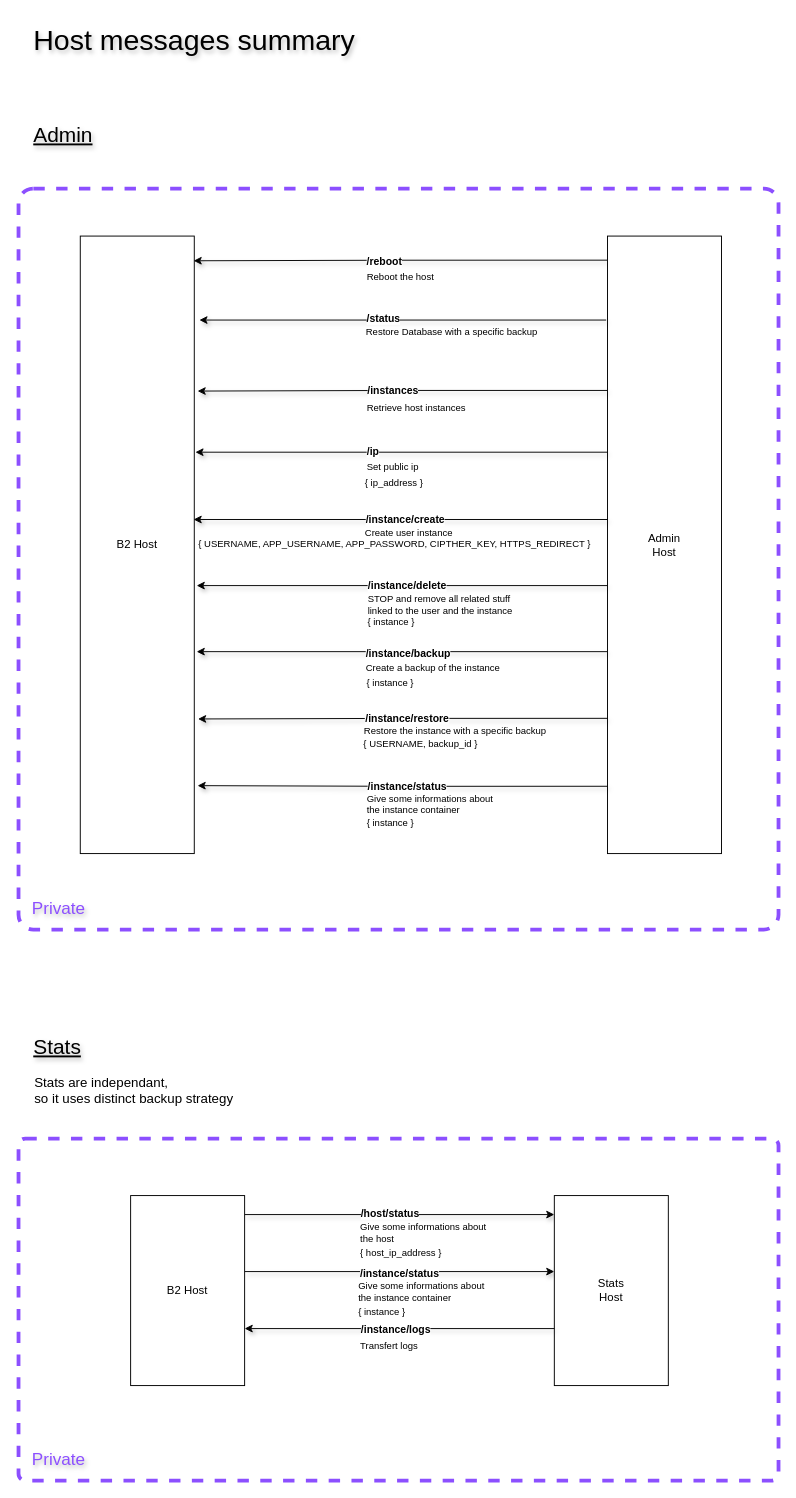
This is doc/Host messages summary.drawio from yesbabylon/b2, a draw.io file, before an edit. Source tidied: cells renumbered, new cells numbered last; positions are measured from the earlier drawing's top-left corner, leaving out a move shared by most shapes. Both pictures are drawn from the tidied source at 95%, with x=0, y=0 at pixel (18, 16).
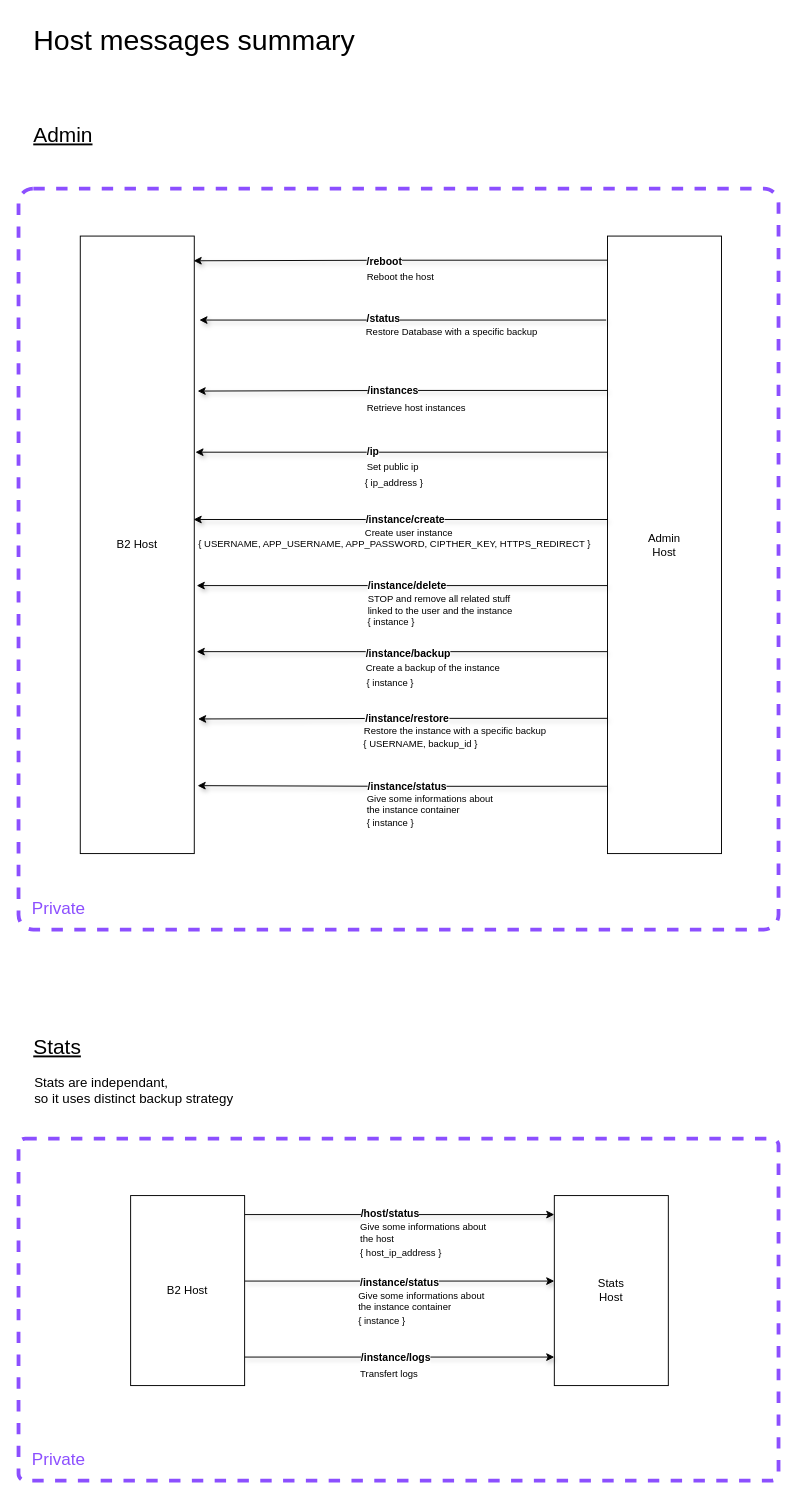
The same page after the edit.

The edit, as a diff of the source:
```diff
@@
-    <mxCell id="5" value="&lt;font size=&quot;1&quot; style=&quot;&quot;&gt;&lt;span style=&quot;font-size: 30px;&quot;&gt;Host messages summary&lt;/span&gt;&lt;/font&gt;" style="text;html=1;align=left;verticalAlign=middle;strokeColor=none;fillColor=none;textShadow=1;" parent="1" vertex="1">
+    <mxCell id="5" value="&lt;font size=&quot;1&quot; style=&quot;&quot;&gt;&lt;span style=&quot;font-size: 30px;&quot;&gt;Host messages summary&lt;/span&gt;&lt;/font&gt;" style="text;html=1;align=left;verticalAlign=middle;strokeColor=none;fillColor=none;textShadow=0;" parent="1" vertex="1">
       <mxGeometry x="14" width="360" height="50" as="geometry" />
     </mxCell>
-    <mxCell id="6" value="&lt;font style=&quot;font-size: 22px;&quot;&gt;&lt;u&gt;Stats&lt;/u&gt;&lt;/font&gt;" style="text;html=1;align=left;verticalAlign=middle;strokeColor=none;fillColor=none;textShadow=1;" parent="1" vertex="1">
+    <mxCell id="6" value="&lt;font style=&quot;font-size: 22px;&quot;&gt;&lt;u&gt;Stats&lt;/u&gt;&lt;/font&gt;" style="text;html=1;align=left;verticalAlign=middle;strokeColor=none;fillColor=none;textShadow=0;" parent="1" vertex="1">
       <mxGeometry x="14" y="1065" width="70" height="40" as="geometry" />
     </mxCell>
@@
     <mxCell id="17" style="edgeStyle=orthogonalEdgeStyle;rounded=0;orthogonalLoop=1;jettySize=auto;html=1;exitX=1;exitY=0.75;exitDx=0;exitDy=0;entryX=0;entryY=0.75;entryDx=0;entryDy=0;shadow=1;textShadow=1;fontStyle=1;" parent="1" edge="1">
       <mxGeometry relative="1" as="geometry">
-        <mxPoint x="238" y="1321" as="sourcePoint" />
-        <mxPoint x="564" y="1321" as="targetPoint" />
+        <mxPoint x="238" y="1331" as="sourcePoint" />
+        <mxPoint x="564" y="1331" as="targetPoint" />
       </mxGeometry>
     </mxCell>
@@
-    <mxCell id="21" value="&lt;font color=&quot;#8c4fff&quot; style=&quot;font-size: 18px;&quot;&gt;Private&lt;/font&gt;" style="text;html=1;align=center;verticalAlign=middle;strokeColor=none;fillColor=none;textShadow=1;" parent="1" vertex="1">
+    <mxCell id="21" value="&lt;font color=&quot;#8c4fff&quot; style=&quot;font-size: 18px;&quot;&gt;Private&lt;/font&gt;" style="text;html=1;align=center;verticalAlign=middle;strokeColor=none;fillColor=none;textShadow=0;" parent="1" vertex="1">
       <mxGeometry x="2" y="919" width="80" height="40" as="geometry" />
     </mxCell>
-    <mxCell id="22" value="&lt;font style=&quot;font-size: 22px;&quot;&gt;&lt;u&gt;Admin&lt;/u&gt;&lt;/font&gt;" style="text;html=1;align=left;verticalAlign=middle;strokeColor=none;fillColor=none;textShadow=1;" parent="1" vertex="1">
+    <mxCell id="22" value="&lt;font style=&quot;font-size: 22px;&quot;&gt;&lt;u&gt;Admin&lt;/u&gt;&lt;/font&gt;" style="text;html=1;align=left;verticalAlign=middle;strokeColor=none;fillColor=none;textShadow=0;" parent="1" vertex="1">
       <mxGeometry x="14" y="105" width="90" height="40" as="geometry" />
     </mxCell>
@@
-    <mxCell id="49" value="&lt;font color=&quot;#8c4fff&quot; style=&quot;font-size: 18px;&quot;&gt;Private&lt;/font&gt;" style="text;html=1;align=center;verticalAlign=middle;strokeColor=none;fillColor=none;textShadow=1;" parent="1" vertex="1">
+    <mxCell id="49" value="&lt;font color=&quot;#8c4fff&quot; style=&quot;font-size: 18px;&quot;&gt;Private&lt;/font&gt;" style="text;html=1;align=center;verticalAlign=middle;strokeColor=none;fillColor=none;textShadow=0;" parent="1" vertex="1">
       <mxGeometry x="2" y="1499" width="80" height="40" as="geometry" />
     </mxCell>
-    <mxCell id="50" style="edgeStyle=orthogonalEdgeStyle;rounded=0;orthogonalLoop=1;jettySize=auto;html=1;exitX=1;exitY=0.75;exitDx=0;exitDy=0;entryX=0;entryY=0.75;entryDx=0;entryDy=0;shadow=1;textShadow=1;fontStyle=1;endArrow=none;endFill=0;startArrow=classic;startFill=1;" parent="1" edge="1">
+    <mxCell id="50" style="edgeStyle=orthogonalEdgeStyle;rounded=0;orthogonalLoop=1;jettySize=auto;html=1;exitX=1;exitY=0.75;exitDx=0;exitDy=0;entryX=0;entryY=0.75;entryDx=0;entryDy=0;shadow=1;textShadow=1;fontStyle=1;endArrow=classic;endFill=1;startArrow=none;startFill=0;" parent="1" edge="1">
       <mxGeometry relative="1" as="geometry">
-        <mxPoint x="238" y="1381" as="sourcePoint" />
-        <mxPoint x="564" y="1381" as="targetPoint" />
+        <mxPoint x="238" y="1411" as="sourcePoint" />
+        <mxPoint x="564" y="1411" as="targetPoint" />
       </mxGeometry>
     </mxCell>
@@
     <mxCell id="54" value="&lt;font style=&quot;font-size: 10px;&quot;&gt;{ instance }&lt;/font&gt;" style="text;html=1;align=left;verticalAlign=middle;strokeColor=none;fillColor=none;fontSize=10;" parent="1" vertex="1">
-      <mxGeometry x="356" y="1348" width="70" height="30" as="geometry" />
+      <mxGeometry x="356" y="1358" width="70" height="30" as="geometry" />
     </mxCell>
     <mxCell id="55" value="&lt;font style=&quot;font-size: 10px;&quot;&gt;Give some informations about &lt;br&gt;the instance container&lt;/font&gt;" style="text;html=1;align=left;verticalAlign=middle;strokeColor=none;fillColor=none;fontSize=10;" parent="1" vertex="1">
-      <mxGeometry x="356" y="1322" width="160" height="40" as="geometry" />
+      <mxGeometry x="356" y="1332" width="160" height="40" as="geometry" />
     </mxCell>
     <mxCell id="56" value="Transfert logs" style="text;html=1;align=left;verticalAlign=middle;strokeColor=none;fillColor=none;fontSize=10;" parent="1" vertex="1">
-      <mxGeometry x="358" y="1384" width="80" height="30" as="geometry" />
+      <mxGeometry x="358" y="1414" width="80" height="30" as="geometry" />
     </mxCell>
```
